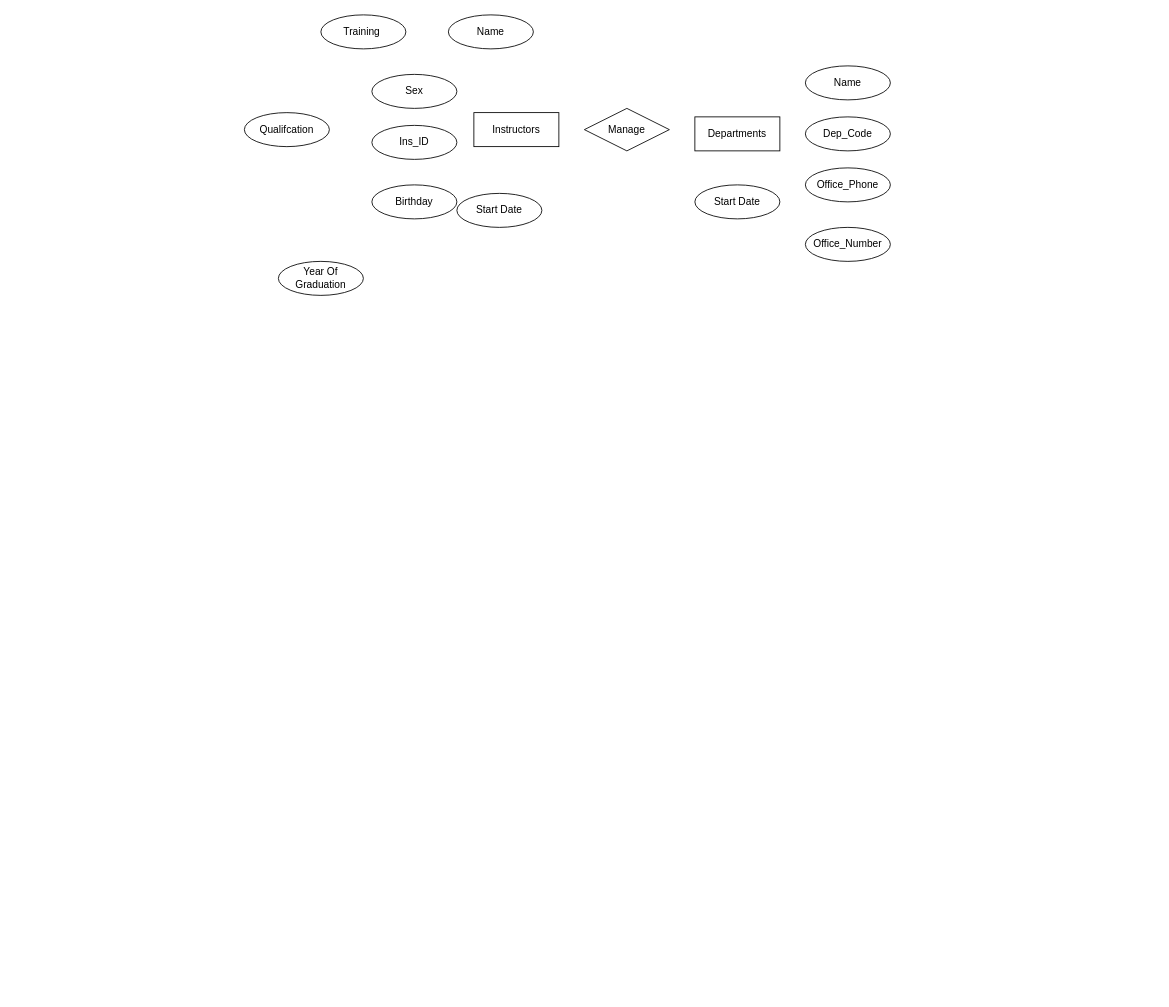
QuanTran05/ERD keeps this draw.io diagram as Lab3.drawio. Above is the earlier version. Source tidied: cells renumbered, new cells numbered last; positions are measured from the earlier drawing's top-left corner, leaving out a move shared by most shapes. Both pictures are drawn from the tidied source at 85%, with x=0, y=0 at pixel (244, 14).
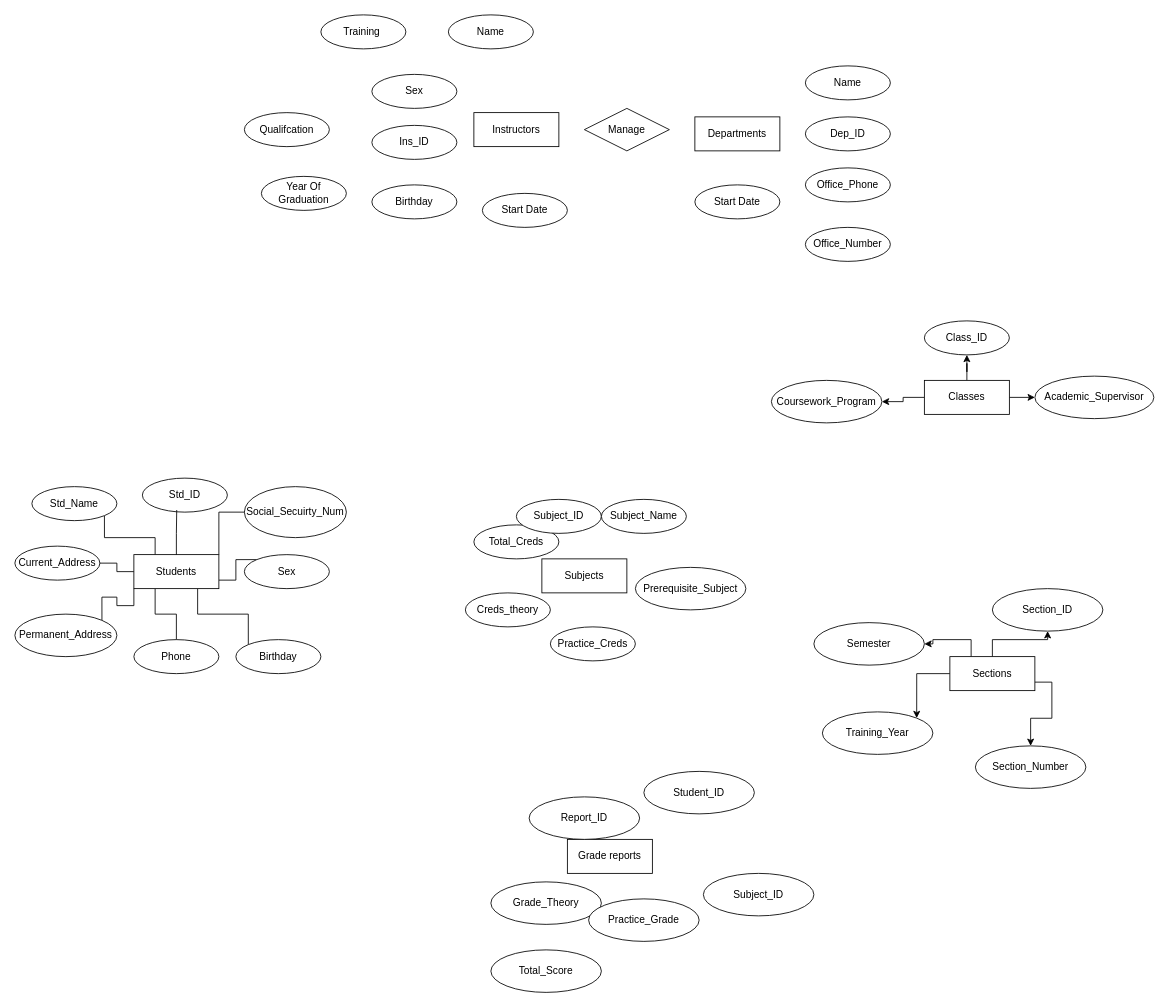
After the change.

What changed in the source:
```diff
@@
-    <mxCell id="7" value="Dep_Code" style="ellipse;whiteSpace=wrap;html=1;align=center;" parent="1" vertex="1">
+    <mxCell id="7" value="Dep_ID" style="ellipse;whiteSpace=wrap;html=1;align=center;" parent="1" vertex="1">
       <mxGeometry x="660" y="120" width="100" height="40" as="geometry" />
     </mxCell>
@@
-    <mxCell id="12" value="Start Date" style="ellipse;whiteSpace=wrap;html=1;align=center;" parent="1" vertex="1">
-      <mxGeometry x="250" y="210" width="100" height="40" as="geometry" />
+    <mxCell id="12" value="Creds_theory" style="ellipse;whiteSpace=wrap;html=1;align=center;" parent="1" vertex="1">
+      <mxGeometry x="260" y="680" width="100" height="40" as="geometry" />
     </mxCell>
@@
-    <mxCell id="17" value="Year Of Graduation" style="ellipse;whiteSpace=wrap;html=1;align=center;" parent="1" vertex="1">
-      <mxGeometry x="40" y="290" width="100" height="40" as="geometry" />
+    <mxCell id="17" value="Current_Address" style="ellipse;whiteSpace=wrap;html=1;align=center;" parent="1" vertex="1">
+      <mxGeometry x="-270" y="625" width="100" height="40" as="geometry" />
     </mxCell>
+    <mxCell id="18" style="edgeStyle=orthogonalEdgeStyle;rounded=0;jettySize=auto;html=1;exitX=0.25;exitY=0;exitDx=0;exitDy=0;entryX=1;entryY=1;entryDx=0;entryDy=0;endArrow=none;startFill=0;" parent="1" edge="1" source="25" target="43">
+      <mxGeometry relative="1" as="geometry" />
+    </mxCell>
+    <mxCell id="19" style="edgeStyle=orthogonalEdgeStyle;rounded=0;jettySize=auto;html=1;exitX=0;exitY=0.5;exitDx=0;exitDy=0;entryX=1;entryY=0.5;entryDx=0;entryDy=0;endArrow=none;startFill=0;" parent="1" edge="1" source="25" target="17">
+      <mxGeometry relative="1" as="geometry" />
+    </mxCell>
+    <mxCell id="20" style="edgeStyle=orthogonalEdgeStyle;rounded=0;jettySize=auto;html=1;exitX=0;exitY=1;exitDx=0;exitDy=0;entryX=1;entryY=0;entryDx=0;entryDy=0;endArrow=none;startFill=0;" parent="1" edge="1" source="25" target="42">
+      <mxGeometry relative="1" as="geometry" />
+    </mxCell>
+    <mxCell id="21" style="edgeStyle=orthogonalEdgeStyle;rounded=0;jettySize=auto;html=1;exitX=0.25;exitY=1;exitDx=0;exitDy=0;entryX=0.5;entryY=0;entryDx=0;entryDy=0;endArrow=none;startFill=0;" parent="1" edge="1" source="25" target="39">
+      <mxGeometry relative="1" as="geometry" />
+    </mxCell>
+    <mxCell id="22" style="edgeStyle=orthogonalEdgeStyle;rounded=0;jettySize=auto;html=1;exitX=0.75;exitY=1;exitDx=0;exitDy=0;entryX=0;entryY=0;entryDx=0;entryDy=0;endArrow=none;startFill=0;" parent="1" edge="1" source="25" target="44">
+      <mxGeometry relative="1" as="geometry" />
+    </mxCell>
+    <mxCell id="23" style="edgeStyle=orthogonalEdgeStyle;rounded=0;jettySize=auto;html=1;exitX=1;exitY=0.75;exitDx=0;exitDy=0;entryX=0;entryY=0;entryDx=0;entryDy=0;endArrow=none;startFill=0;" parent="1" edge="1" source="25" target="41">
+      <mxGeometry relative="1" as="geometry" />
+    </mxCell>
+    <mxCell id="24" style="edgeStyle=orthogonalEdgeStyle;rounded=0;jettySize=auto;html=1;exitX=1;exitY=0;exitDx=0;exitDy=0;entryX=0;entryY=0.5;entryDx=0;entryDy=0;endArrow=none;startFill=0;" parent="1" edge="1" source="25" target="38">
+      <mxGeometry relative="1" as="geometry" />
+    </mxCell>
+    <mxCell id="25" value="Students" style="whiteSpace=wrap;html=1;align=center;" parent="1" vertex="1">
+      <mxGeometry x="-130" y="635" width="100" height="40" as="geometry" />
+    </mxCell>
+    <mxCell id="26" value="Subjects" style="whiteSpace=wrap;html=1;align=center;" parent="1" vertex="1">
+      <mxGeometry x="350" y="640" width="100" height="40" as="geometry" />
+    </mxCell>
+    <mxCell id="27" style="edgeStyle=orthogonalEdgeStyle;rounded=0;jettySize=auto;html=1;exitX=0;exitY=0.5;exitDx=0;exitDy=0;entryX=1;entryY=0.5;entryDx=0;entryDy=0;" parent="1" edge="1" source="30" target="53">
+      <mxGeometry relative="1" as="geometry" />
+    </mxCell>
+    <mxCell id="28" style="edgeStyle=orthogonalEdgeStyle;rounded=0;jettySize=auto;html=1;exitX=0.5;exitY=0;exitDx=0;exitDy=0;" parent="1" edge="1" source="30" target="52">
+      <mxGeometry relative="1" as="geometry" />
+    </mxCell>
+    <mxCell id="29" style="edgeStyle=orthogonalEdgeStyle;rounded=0;jettySize=auto;html=1;exitX=1;exitY=0.5;exitDx=0;exitDy=0;entryX=0;entryY=0.5;entryDx=0;entryDy=0;" parent="1" edge="1" source="30" target="54">
+      <mxGeometry relative="1" as="geometry" />
+    </mxCell>
+    <mxCell id="30" value="Classes" style="whiteSpace=wrap;html=1;align=center;" parent="1" vertex="1">
+      <mxGeometry x="800" y="430" width="100" height="40" as="geometry" />
+    </mxCell>
+    <mxCell id="31" value="Grade reports" style="whiteSpace=wrap;html=1;align=center;" parent="1" vertex="1">
+      <mxGeometry x="380" y="970" width="100" height="40" as="geometry" />
+    </mxCell>
+    <mxCell id="32" style="edgeStyle=orthogonalEdgeStyle;rounded=0;jettySize=auto;html=1;exitX=0.25;exitY=0;exitDx=0;exitDy=0;" parent="1" edge="1" source="36" target="58">
+      <mxGeometry relative="1" as="geometry" />
+    </mxCell>
+    <mxCell id="33" style="edgeStyle=orthogonalEdgeStyle;rounded=0;jettySize=auto;html=1;exitX=0.5;exitY=0;exitDx=0;exitDy=0;" parent="1" edge="1" source="36" target="57">
+      <mxGeometry relative="1" as="geometry" />
+    </mxCell>
+    <mxCell id="34" style="edgeStyle=orthogonalEdgeStyle;rounded=0;jettySize=auto;html=1;exitX=1;exitY=0.75;exitDx=0;exitDy=0;" parent="1" edge="1" source="36" target="56">
+      <mxGeometry relative="1" as="geometry" />
+    </mxCell>
+    <mxCell id="35" style="edgeStyle=orthogonalEdgeStyle;rounded=0;jettySize=auto;html=1;exitX=0;exitY=0.5;exitDx=0;exitDy=0;entryX=1;entryY=0;entryDx=0;entryDy=0;" parent="1" edge="1" source="36" target="55">
+      <mxGeometry relative="1" as="geometry" />
+    </mxCell>
+    <mxCell id="36" value="Sections" style="whiteSpace=wrap;html=1;align=center;" parent="1" vertex="1">
+      <mxGeometry x="830" y="755" width="100" height="40" as="geometry" />
+    </mxCell>
+    <mxCell id="37" value="Year Of Graduation" style="ellipse;whiteSpace=wrap;html=1;align=center;" parent="1" vertex="1">
+      <mxGeometry x="20" y="190" width="100" height="40" as="geometry" />
+    </mxCell>
+    <mxCell id="38" value="Social_Secuirty_Num" style="ellipse;whiteSpace=wrap;html=1;align=center;" parent="1" vertex="1">
+      <mxGeometry y="555" width="120" height="60" as="geometry" />
+    </mxCell>
+    <mxCell id="39" value="Phone" style="ellipse;whiteSpace=wrap;html=1;align=center;" parent="1" vertex="1">
+      <mxGeometry x="-130" y="735" width="100" height="40" as="geometry" />
+    </mxCell>
+    <mxCell id="40" value="Std_ID" style="ellipse;whiteSpace=wrap;html=1;align=center;" parent="1" vertex="1">
+      <mxGeometry x="-120" y="545" width="100" height="40" as="geometry" />
+    </mxCell>
+    <mxCell id="41" value="Sex" style="ellipse;whiteSpace=wrap;html=1;align=center;" parent="1" vertex="1">
+      <mxGeometry y="635" width="100" height="40" as="geometry" />
+    </mxCell>
+    <mxCell id="42" value="Permanent_Address" style="ellipse;whiteSpace=wrap;html=1;align=center;" parent="1" vertex="1">
+      <mxGeometry x="-270" y="705" width="120" height="50" as="geometry" />
+    </mxCell>
+    <mxCell id="43" value="Std_Name" style="ellipse;whiteSpace=wrap;html=1;align=center;" parent="1" vertex="1">
+      <mxGeometry x="-250" y="555" width="100" height="40" as="geometry" />
+    </mxCell>
+    <mxCell id="44" value="Birthday" style="ellipse;whiteSpace=wrap;html=1;align=center;" parent="1" vertex="1">
+      <mxGeometry x="-10" y="735" width="100" height="40" as="geometry" />
+    </mxCell>
+    <mxCell id="45" style="edgeStyle=orthogonalEdgeStyle;rounded=0;jettySize=auto;html=1;exitX=0.5;exitY=0;exitDx=0;exitDy=0;entryX=0.404;entryY=0.938;entryDx=0;entryDy=0;entryPerimeter=0;endArrow=none;startFill=0;" parent="1" edge="1" source="25" target="40">
+      <mxGeometry relative="1" as="geometry" />
+    </mxCell>
+    <mxCell id="46" value="Total_Creds" style="ellipse;whiteSpace=wrap;html=1;align=center;" parent="1" vertex="1">
+      <mxGeometry x="270" y="600" width="100" height="40" as="geometry" />
+    </mxCell>
+    <mxCell id="47" value="Practice_Creds" style="ellipse;whiteSpace=wrap;html=1;align=center;" parent="1" vertex="1">
+      <mxGeometry x="360" y="720" width="100" height="40" as="geometry" />
+    </mxCell>
+    <mxCell id="48" value="Prerequisite_Subject" style="ellipse;whiteSpace=wrap;html=1;align=center;" parent="1" vertex="1">
+      <mxGeometry x="460" y="650" width="130" height="50" as="geometry" />
+    </mxCell>
+    <mxCell id="49" value="Subject_ID" style="ellipse;whiteSpace=wrap;html=1;align=center;" parent="1" vertex="1">
+      <mxGeometry x="320" y="570" width="100" height="40" as="geometry" />
+    </mxCell>
+    <mxCell id="50" value="Start Date" style="ellipse;whiteSpace=wrap;html=1;align=center;" parent="1" vertex="1">
+      <mxGeometry x="280" y="210" width="100" height="40" as="geometry" />
+    </mxCell>
+    <mxCell id="51" value="Subject_Name" style="ellipse;whiteSpace=wrap;html=1;align=center;" parent="1" vertex="1">
+      <mxGeometry x="420" y="570" width="100" height="40" as="geometry" />
+    </mxCell>
+    <mxCell id="52" value="Class_ID" style="ellipse;whiteSpace=wrap;html=1;align=center;" parent="1" vertex="1">
+      <mxGeometry x="800" y="360" width="100" height="40" as="geometry" />
+    </mxCell>
+    <mxCell id="53" value="Coursework_Program" style="ellipse;whiteSpace=wrap;html=1;align=center;" parent="1" vertex="1">
+      <mxGeometry x="620" y="430" width="130" height="50" as="geometry" />
+    </mxCell>
+    <mxCell id="54" value="Academic_Supervisor" style="ellipse;whiteSpace=wrap;html=1;align=center;" parent="1" vertex="1">
+      <mxGeometry x="930" y="425" width="140" height="50" as="geometry" />
+    </mxCell>
+    <mxCell id="55" value="Training_Year" style="ellipse;whiteSpace=wrap;html=1;align=center;" parent="1" vertex="1">
+      <mxGeometry x="680" y="820" width="130" height="50" as="geometry" />
+    </mxCell>
+    <mxCell id="56" value="Section_Number" style="ellipse;whiteSpace=wrap;html=1;align=center;" parent="1" vertex="1">
+      <mxGeometry x="860" y="860" width="130" height="50" as="geometry" />
+    </mxCell>
+    <mxCell id="57" value="Section_ID" style="ellipse;whiteSpace=wrap;html=1;align=center;" parent="1" vertex="1">
+      <mxGeometry x="880" y="675" width="130" height="50" as="geometry" />
+    </mxCell>
+    <mxCell id="58" value="Semester" style="ellipse;whiteSpace=wrap;html=1;align=center;" parent="1" vertex="1">
+      <mxGeometry x="670" y="715" width="130" height="50" as="geometry" />
+    </mxCell>
+    <mxCell id="59" value="Grade_Theory" style="ellipse;whiteSpace=wrap;html=1;align=center;" parent="1" vertex="1">
+      <mxGeometry x="290" y="1020" width="130" height="50" as="geometry" />
+    </mxCell>
+    <mxCell id="60" value="Total_Score" style="ellipse;whiteSpace=wrap;html=1;align=center;" parent="1" vertex="1">
+      <mxGeometry x="290" y="1100" width="130" height="50" as="geometry" />
+    </mxCell>
+    <mxCell id="61" value="Student_ID" style="ellipse;whiteSpace=wrap;html=1;align=center;" parent="1" vertex="1">
+      <mxGeometry x="470" y="890" width="130" height="50" as="geometry" />
+    </mxCell>
+    <mxCell id="62" value="Practice_Grade" style="ellipse;whiteSpace=wrap;html=1;align=center;" parent="1" vertex="1">
+      <mxGeometry x="405" y="1040" width="130" height="50" as="geometry" />
+    </mxCell>
+    <mxCell id="63" value="Report_ID" style="ellipse;whiteSpace=wrap;html=1;align=center;" parent="1" vertex="1">
+      <mxGeometry x="335" y="920" width="130" height="50" as="geometry" />
+    </mxCell>
+    <mxCell id="64" value="Subject_ID" style="ellipse;whiteSpace=wrap;html=1;align=center;" parent="1" vertex="1">
+      <mxGeometry x="540" y="1010" width="130" height="50" as="geometry" />
+    </mxCell>
```
